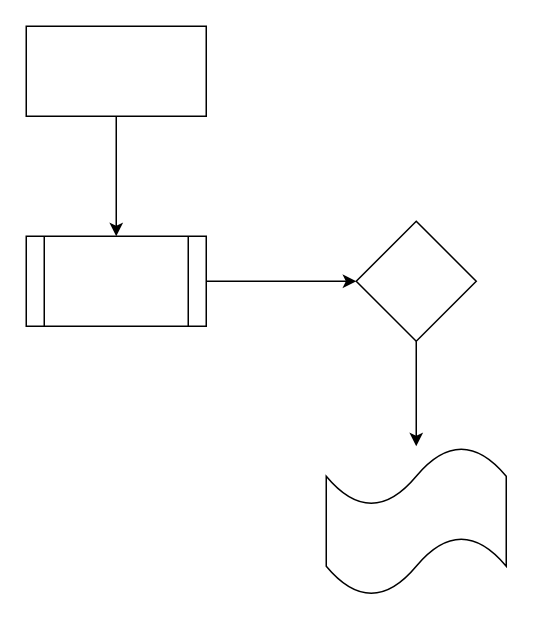
The draw.io diagram 2.drawio in dadadetaiyang/draw-repository, before the edit. Source tidied: cells renumbered, new cells numbered last; positions are measured from the earlier drawing's top-left corner, leaving out a move shared by most shapes. Both pictures are drawn from the tidied source at 150%, with x=0, y=0 at pixel (26, 26).
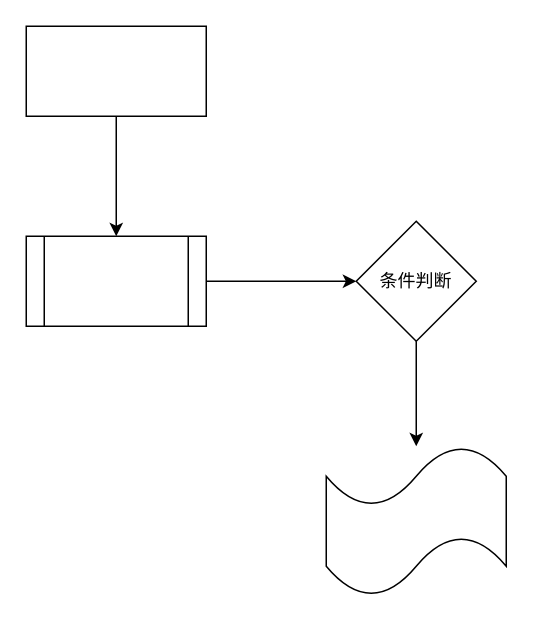
After the change.

Commit message:
增加条件判断.drawio

Diff of the diagram source:
```diff
@@
 <mxGraphModel>
   <root>
     <mxCell id="0" />
     <mxCell id="1" parent="0" />
     <mxCell id="2" style="edgeStyle=orthogonalEdgeStyle;rounded=0;jettySize=auto;html=1;" parent="1" edge="1" source="3" target="5">
       <mxGeometry relative="1" as="geometry" />
     </mxCell>
     <mxCell id="3" style="rounded=0;whiteSpace=wrap;html=1;" parent="1" vertex="1">
       <mxGeometry width="120" height="60" as="geometry" />
     </mxCell>
     <mxCell id="4" style="edgeStyle=orthogonalEdgeStyle;rounded=0;jettySize=auto;html=1;" parent="1" edge="1" source="5" target="7">
       <mxGeometry relative="1" as="geometry" />
     </mxCell>
     <mxCell id="5" style="shape=process;whiteSpace=wrap;html=1;backgroundOutline=1;rounded=0;" parent="1" vertex="1">
       <mxGeometry y="140" width="120" height="60" as="geometry" />
     </mxCell>
     <mxCell id="6" style="edgeStyle=orthogonalEdgeStyle;rounded=0;jettySize=auto;html=1;" parent="1" edge="1" source="7" target="8">
       <mxGeometry relative="1" as="geometry" />
     </mxCell>
-    <mxCell id="7" style="rhombus;whiteSpace=wrap;html=1;rounded=0;" parent="1" vertex="1">
+    <mxCell id="7" value="条件判断" style="rhombus;whiteSpace=wrap;html=1;rounded=0;" parent="1" vertex="1">
       <mxGeometry x="220" y="130" width="80" height="80" as="geometry" />
     </mxCell>
     <mxCell id="8" style="shape=tape;whiteSpace=wrap;html=1;rounded=0;" parent="1" vertex="1">
       <mxGeometry x="200" y="280" width="120" height="100" as="geometry" />
     </mxCell>
   </root>
 </mxGraphModel>
```
